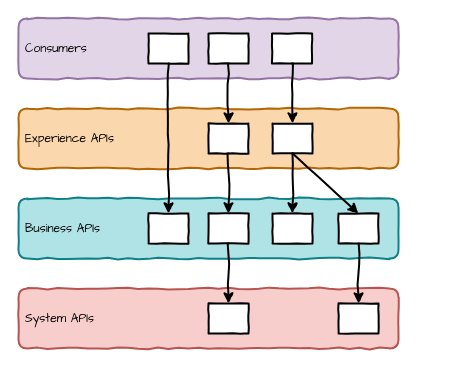
This is _drafts/_drawio/3-dimensions-of-apis-organization.drawio from arno-di-loreto/apihandyman.io, a draw.io file, before an edit. Source tidied: cells renumbered, new cells numbered last; positions are measured from the earlier drawing's top-left corner, leaving out a move shared by most shapes. Both pictures are drawn from the tidied source at 100%, with x=0, y=0 at pixel (18, 18).
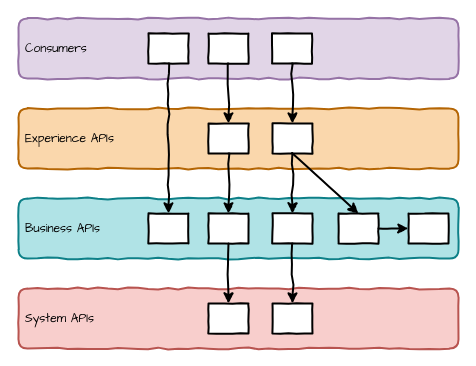
Above is the later version.

The change refers to these unchanged cells:
```xml
<mxCell id="10" style="rounded=0;whiteSpace=wrap;html=1;comic=1;fontFamily=Comic Sans MS;strokeWidth=2;" parent="1" vertex="1">
  <mxGeometry x="254" y="195" width="40" height="30" as="geometry" />
</mxCell>
<mxCell id="19" style="rounded=0;whiteSpace=wrap;html=1;comic=1;fontFamily=Comic Sans MS;strokeWidth=2;" parent="1" vertex="1">
  <mxGeometry x="320" y="195" width="40" height="30" as="geometry" />
</mxCell>
```

Change to the diagram source:
```diff
@@
     <mxCell id="2" value="&lt;font face=&quot;Comic Sans MS&quot;&gt;Experience APIs&lt;/font&gt;" style="rounded=1;whiteSpace=wrap;html=1;comic=1;strokeWidth=2;align=left;spacingLeft=5;fillColor=#fad7ac;strokeColor=#b46504;" parent="1" vertex="1">
-      <mxGeometry y="90" width="380" height="60" as="geometry" />
+      <mxGeometry y="90" width="440" height="60" as="geometry" />
     </mxCell>
     <mxCell id="3" value="&lt;font face=&quot;Comic Sans MS&quot;&gt;Business APIs&lt;/font&gt;" style="rounded=1;whiteSpace=wrap;html=1;comic=1;strokeWidth=2;align=left;spacingLeft=5;fillColor=#b0e3e6;strokeColor=#0e8088;" parent="1" vertex="1">
-      <mxGeometry y="180" width="380" height="60" as="geometry" />
+      <mxGeometry y="180" width="440" height="60" as="geometry" />
     </mxCell>
     <mxCell id="4" value="&lt;font face=&quot;Comic Sans MS&quot;&gt;System APIs&lt;/font&gt;" style="rounded=1;whiteSpace=wrap;html=1;comic=1;strokeWidth=2;spacingLeft=5;align=left;fillColor=#f8cecc;strokeColor=#b85450;" parent="1" vertex="1">
-      <mxGeometry y="270" width="380" height="60" as="geometry" />
+      <mxGeometry y="270" width="440" height="60" as="geometry" />
     </mxCell>
     <mxCell id="5" value="&lt;font face=&quot;Comic Sans MS&quot;&gt;Consumers&lt;/font&gt;" style="rounded=1;whiteSpace=wrap;html=1;comic=1;strokeWidth=2;align=left;spacingLeft=5;fillColor=#e1d5e7;strokeColor=#9673a6;" parent="1" vertex="1">
-      <mxGeometry width="380" height="60" as="geometry" />
+      <mxGeometry width="440" height="60" as="geometry" />
     </mxCell>
@@
     <mxCell id="23" style="rounded=0;whiteSpace=wrap;html=1;comic=1;fontFamily=Comic Sans MS;strokeWidth=2;" parent="1" vertex="1">
-      <mxGeometry x="320" y="285" width="40" height="30" as="geometry" />
+      <mxGeometry x="254" y="285" width="40" height="30" as="geometry" />
     </mxCell>
-    <mxCell id="24" style="endArrow=classic;html=1;rounded=0;fontFamily=Comic Sans MS;exitX=0.5;exitY=1;exitDx=0;exitDy=0;entryX=0.5;entryY=0;entryDx=0;entryDy=0;strokeWidth=2;comic=1;" parent="1" edge="1" source="19" target="23">
+    <mxCell id="24" style="endArrow=classic;html=1;rounded=0;fontFamily=Comic Sans MS;exitX=0.5;exitY=1;exitDx=0;exitDy=0;entryX=0.5;entryY=0;entryDx=0;entryDy=0;strokeWidth=2;comic=1;" parent="1" edge="1" source="10" target="23">
       <mxGeometry relative="1" as="geometry" />
     </mxCell>
+    <mxCell id="25" style="rounded=0;whiteSpace=wrap;html=1;comic=1;fontFamily=Comic Sans MS;strokeWidth=2;" parent="1" vertex="1">
+      <mxGeometry x="390" y="195" width="40" height="30" as="geometry" />
+    </mxCell>
+    <mxCell id="26" style="endArrow=classic;html=1;rounded=0;fontFamily=Comic Sans MS;entryX=0;entryY=0.5;entryDx=0;entryDy=0;strokeWidth=2;comic=1;exitX=1;exitY=0.5;exitDx=0;exitDy=0;" parent="1" edge="1" source="19" target="25">
+      <mxGeometry relative="1" as="geometry" />
+    </mxCell>
```
